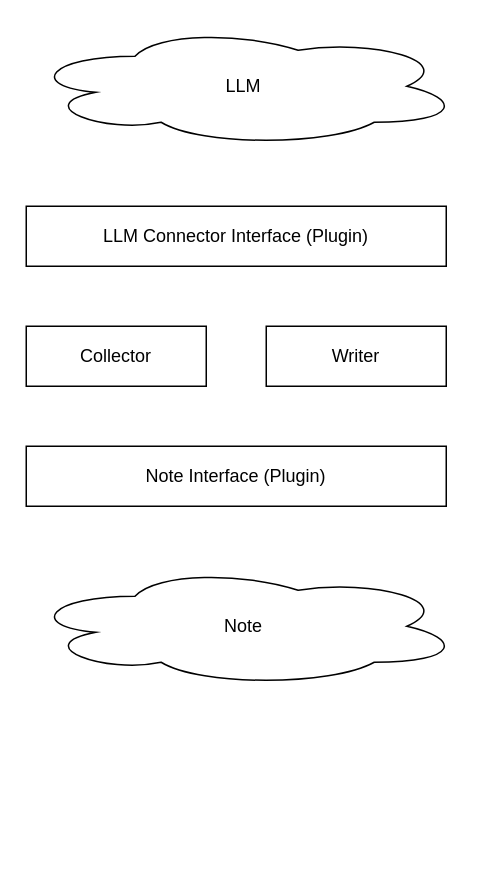
Earlier version of the draw.io diagram page "Component" (2 of 3) of doc/design.drawio (whdrns2013/StudySync). Source tidied: cells renumbered, new cells numbered last; positions are measured from the earlier drawing's top-left corner, leaving out a move shared by most shapes. Both pictures are drawn from the tidied source at 150%, with x=0, y=0 at pixel (26, 26).
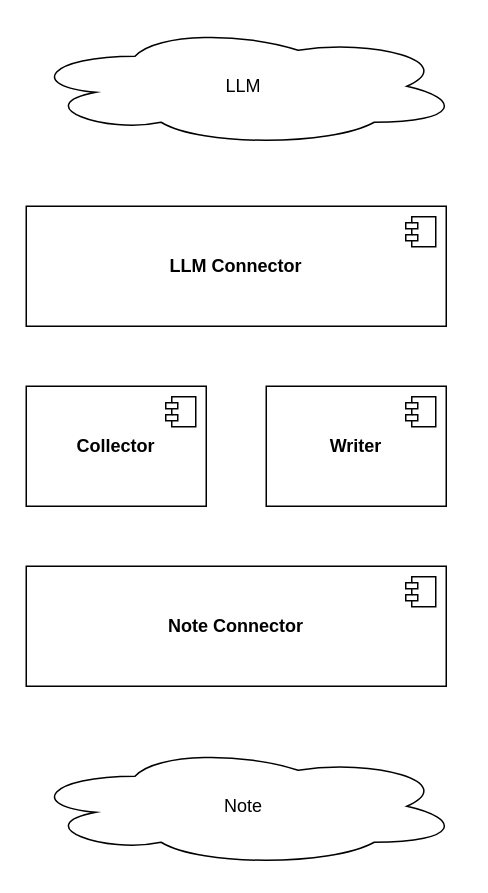
The same page after the edit.

What changed in the source:
```diff
@@
 <mxGraphModel>
   <root>
     <mxCell id="0" />
     <mxCell id="1" parent="0" />
-    <mxCell id="2" value="Collector" style="rounded=0;whiteSpace=wrap;html=1;" parent="1" vertex="1">
-      <mxGeometry y="200" width="120" height="40" as="geometry" />
-    </mxCell>
-    <mxCell id="3" value="LLM Connector Interface (Plugin)" style="rounded=0;whiteSpace=wrap;html=1;" parent="1" vertex="1">
-      <mxGeometry y="120" width="280" height="40" as="geometry" />
-    </mxCell>
-    <mxCell id="4" value="Writer" style="rounded=0;whiteSpace=wrap;html=1;" parent="1" vertex="1">
-      <mxGeometry x="160" y="200" width="120" height="40" as="geometry" />
-    </mxCell>
-    <mxCell id="5" value="Note Interface (Plugin)" style="rounded=0;whiteSpace=wrap;html=1;" parent="1" vertex="1">
-      <mxGeometry y="280" width="280" height="40" as="geometry" />
-    </mxCell>
     <mxCell id="6" value="LLM" style="ellipse;shape=cloud;whiteSpace=wrap;html=1;" parent="1" vertex="1">
       <mxGeometry width="290" height="80" as="geometry" />
     </mxCell>
     <mxCell id="7" value="Note" style="ellipse;shape=cloud;whiteSpace=wrap;html=1;" parent="1" vertex="1">
-      <mxGeometry y="360" width="290" height="80" as="geometry" />
+      <mxGeometry y="480" width="290" height="80" as="geometry" />
     </mxCell>
+    <mxCell id="8" value="&lt;b&gt;LLM Connector&lt;/b&gt;" style="html=1;whiteSpace=wrap;" parent="1" vertex="1">
+      <mxGeometry y="120" width="280" height="80" as="geometry" />
+    </mxCell>
+    <mxCell id="9" style="shape=module;jettyWidth=8;jettyHeight=4;" parent="8" vertex="1">
+      <mxGeometry x="1" width="20" height="20" relative="1" as="geometry">
+        <mxPoint x="-27" y="7" as="offset" />
+      </mxGeometry>
+    </mxCell>
+    <mxCell id="2" value="&lt;b&gt;Collector&lt;/b&gt;" style="html=1;whiteSpace=wrap;" parent="1" vertex="1">
+      <mxGeometry y="240" width="120" height="80" as="geometry" />
+    </mxCell>
+    <mxCell id="10" style="shape=module;jettyWidth=8;jettyHeight=4;" parent="2" vertex="1">
+      <mxGeometry x="1" width="20" height="20" relative="1" as="geometry">
+        <mxPoint x="-27" y="7" as="offset" />
+      </mxGeometry>
+    </mxCell>
+    <mxCell id="4" value="&lt;b&gt;Writer&lt;/b&gt;" style="html=1;whiteSpace=wrap;" parent="1" vertex="1">
+      <mxGeometry x="160" y="240" width="120" height="80" as="geometry" />
+    </mxCell>
+    <mxCell id="11" style="shape=module;jettyWidth=8;jettyHeight=4;" parent="4" vertex="1">
+      <mxGeometry x="1" width="20" height="20" relative="1" as="geometry">
+        <mxPoint x="-27" y="7" as="offset" />
+      </mxGeometry>
+    </mxCell>
+    <mxCell id="12" value="&lt;b&gt;Note Connector&lt;/b&gt;" style="html=1;whiteSpace=wrap;" parent="1" vertex="1">
+      <mxGeometry y="360" width="280" height="80" as="geometry" />
+    </mxCell>
+    <mxCell id="13" style="shape=module;jettyWidth=8;jettyHeight=4;" parent="12" vertex="1">
+      <mxGeometry x="1" width="20" height="20" relative="1" as="geometry">
+        <mxPoint x="-27" y="7" as="offset" />
+      </mxGeometry>
+    </mxCell>
   </root>
 </mxGraphModel>
```
